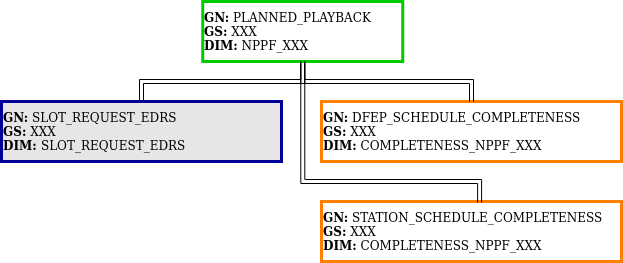
Before: doc/fig/structure_ingestion_slot_request_edrs.png, a diagram exported from draw.io (Daniel-Brosnan-Blazquez/s2boa). Source tidied: cells renumbered, new cells last; positions are measured from the earlier drawing's top-left corner, leaving out a move shared by most shapes.
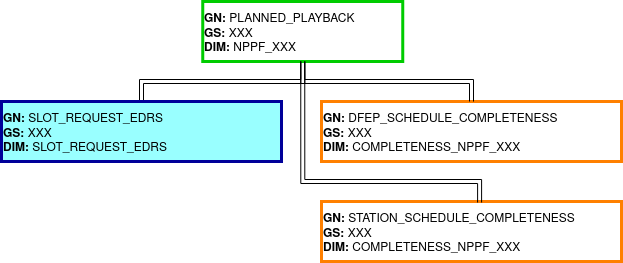
Above is the later version.

Commit message:
Update insertion mode at DIM level for the ingestion of the NPPF and ORBPRE files

Diff of the diagram source:
```diff
@@ -8,7 +8,7 @@
     <mxCell id="3" style="edgeStyle=orthogonalEdgeStyle;shape=link;rounded=0;jettySize=auto;html=1;exitX=0.5;exitY=0;exitDx=0;exitDy=0;entryX=0.5;entryY=1;entryDx=0;entryDy=0;" parent="1" edge="1" source="4" target="2">
       <mxGeometry relative="1" as="geometry" />
     </mxCell>
-    <mxCell id="4" value="&lt;div&gt;&lt;b&gt;GN:&lt;/b&gt; SLOT_REQUEST_EDRS&lt;/div&gt;&lt;div&gt;&lt;b&gt;GS:&lt;/b&gt; XXX&lt;/div&gt;&lt;div&gt;&lt;b&gt;DIM: &lt;/b&gt;SLOT_REQUEST_EDRS&lt;br&gt;&lt;/div&gt;" style="rounded=0;whiteSpace=wrap;html=1;align=left;strokeColor=#000099;strokeWidth=3;fillColor=#E6E6E6;" parent="1" vertex="1">
+    <mxCell id="4" value="&lt;div&gt;&lt;b&gt;GN:&lt;/b&gt; SLOT_REQUEST_EDRS&lt;/div&gt;&lt;div&gt;&lt;b&gt;GS:&lt;/b&gt; XXX&lt;/div&gt;&lt;div&gt;&lt;b&gt;DIM: &lt;/b&gt;SLOT_REQUEST_EDRS&lt;br&gt;&lt;/div&gt;" style="rounded=0;whiteSpace=wrap;html=1;align=left;strokeColor=#000099;strokeWidth=3;fillColor=#99FFFF;" parent="1" vertex="1">
       <mxGeometry y="100" width="280" height="60" as="geometry" />
     </mxCell>
     <mxCell id="5" value="&lt;div&gt;&lt;b&gt;GN:&lt;/b&gt; DFEP_SCHEDULE_COMPLETENESS&lt;/div&gt;&lt;div&gt;&lt;b&gt;GS:&lt;/b&gt; XXX&lt;/div&gt;&lt;div&gt;&lt;b&gt;DIM:&lt;/b&gt; COMPLETENESS_NPPF_XXX&lt;br&gt;&lt;/div&gt;" style="rounded=0;whiteSpace=wrap;html=1;align=left;strokeWidth=3;fillColor=#FFFFFF;strokeColor=#FF8000;" parent="1" vertex="1">
```
